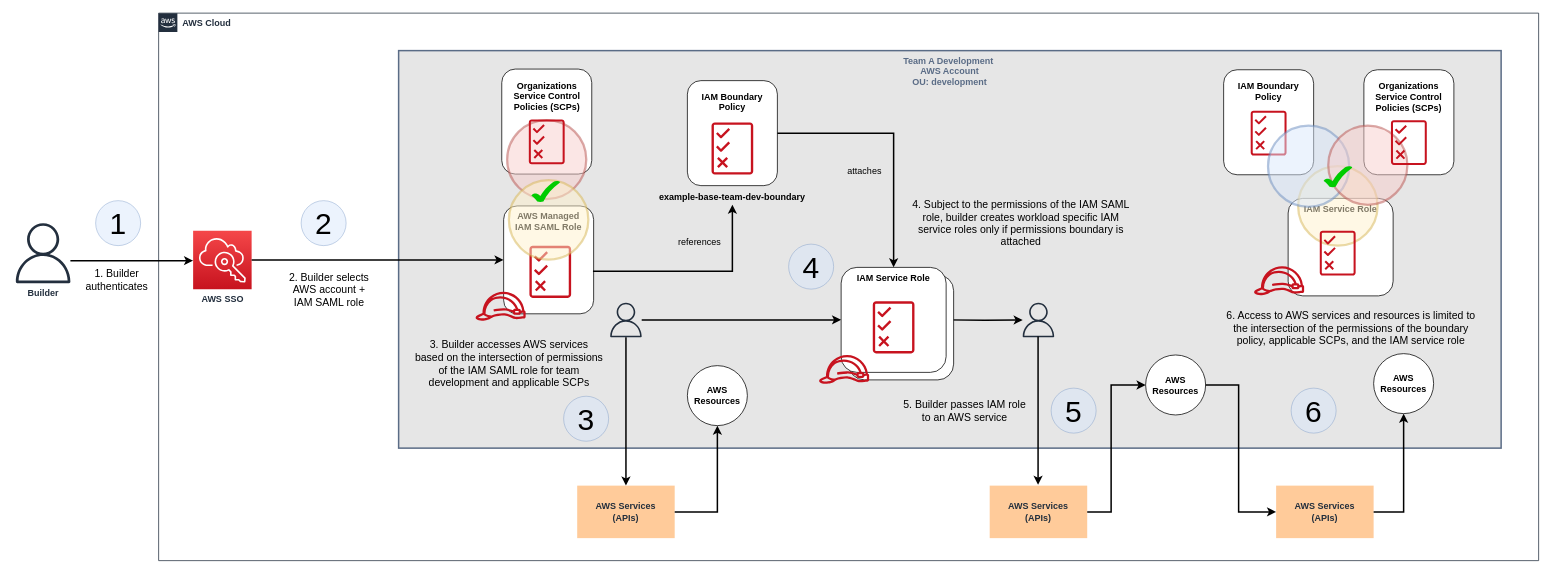
The draw.io diagram page "usage" (2 of 2) of drawings/team-dev-env-access.drawio in aws-samples/aws-get-started-workshop, before the edit. Source tidied: cells renumbered, new cells numbered last; positions are measured from the earlier drawing's top-left corner, leaving out a move shared by most shapes. Both pictures are drawn from the tidied source at 75%, with x=0, y=0 at pixel (13, 13).
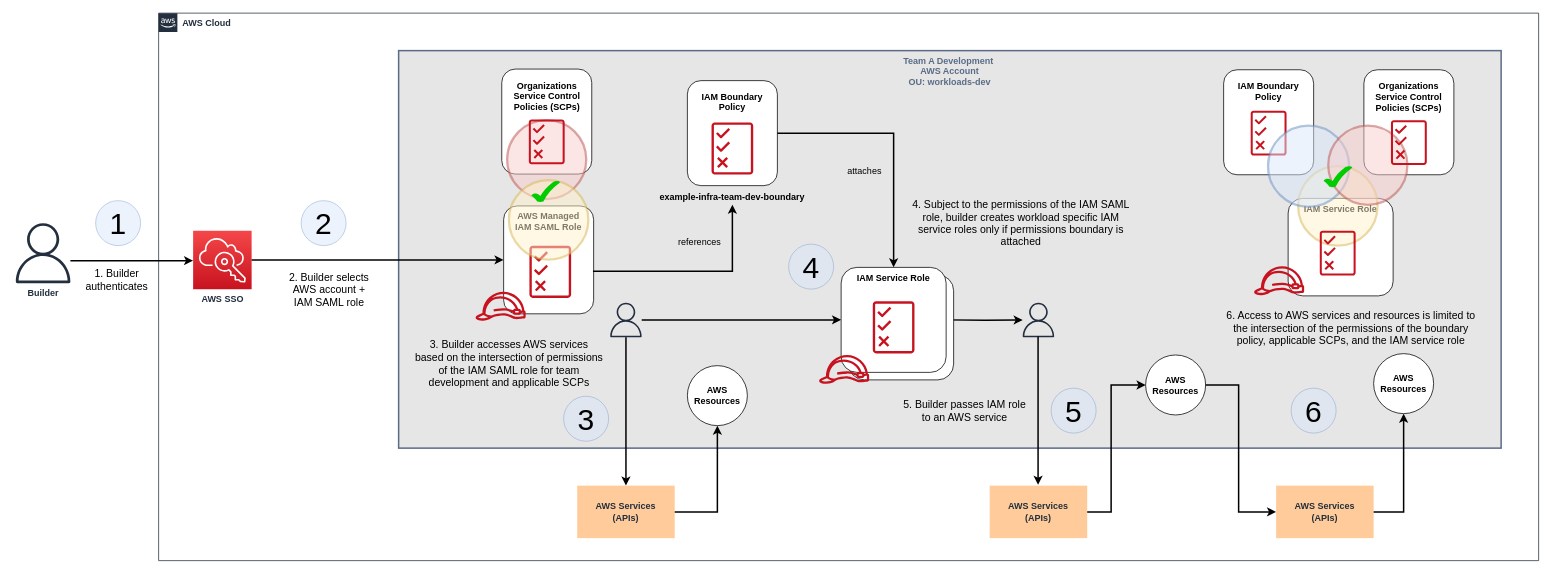
After the change.

What changed in the source:
```diff
@@
-    <mxCell id="7" value="Team A Development &#10;AWS Account&#10;OU: development" style="fillColor=#e6e6e6;strokeColor=#5A6C86;verticalAlign=top;fontStyle=1;fontColor=#5A6C86;strokeWidth=2;" parent="1" vertex="1">
+    <mxCell id="7" value="Team A Development &#10;AWS Account&#10;OU: workloads-dev" style="fillColor=#e6e6e6;strokeColor=#5A6C86;verticalAlign=top;fontStyle=1;fontColor=#5A6C86;strokeWidth=2;" parent="1" vertex="1">
       <mxGeometry x="514" y="50" width="1470" height="530" as="geometry" />
     </mxCell>
@@
-    <mxCell id="11" value="example-base-team-dev-boundary" style="text;html=1;strokeColor=none;fillColor=none;align=center;verticalAlign=middle;whiteSpace=wrap;rounded=0;fontStyle=1;" parent="1" vertex="1">
+    <mxCell id="11" value="example-infra-team-dev-boundary" style="text;html=1;strokeColor=none;fillColor=none;align=center;verticalAlign=middle;whiteSpace=wrap;rounded=0;fontStyle=1;" parent="1" vertex="1">
       <mxGeometry x="834" y="235.5" width="250" height="20" as="geometry" />
     </mxCell>
```
